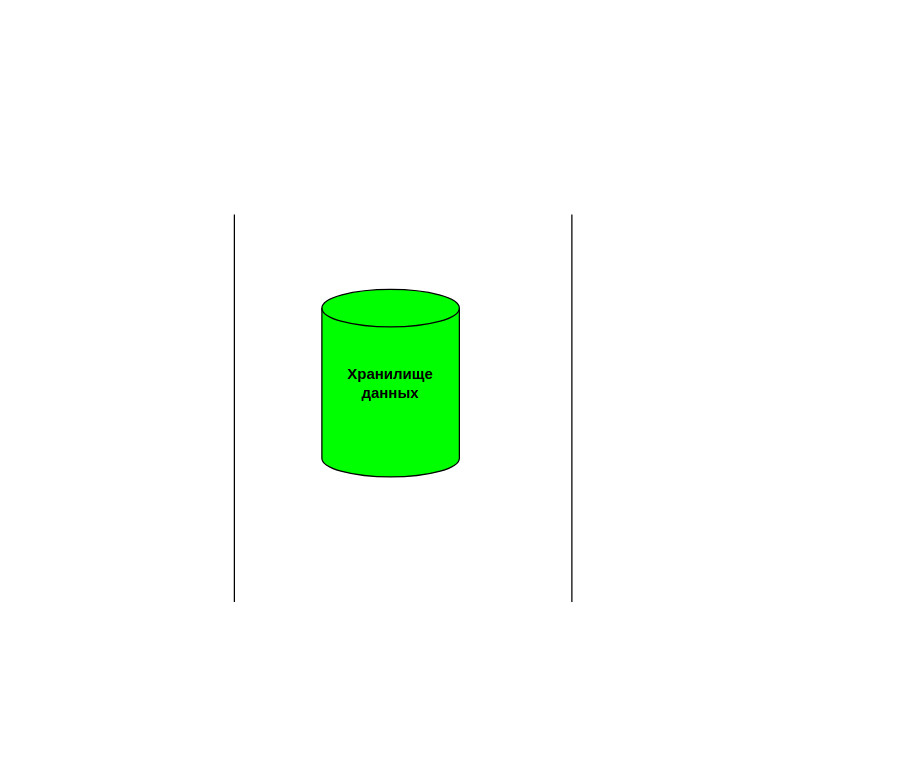
Above: 200822 Work.drawio in MicrosoftAzureML/data-engineering (draw.io), before the change. Source tidied: cells renumbered, new cells numbered last; positions are measured from the earlier drawing's top-left corner, leaving out a move shared by most shapes. Both pictures are drawn from the tidied source at 125%, with x=0, y=0 at pixel (234, 214).
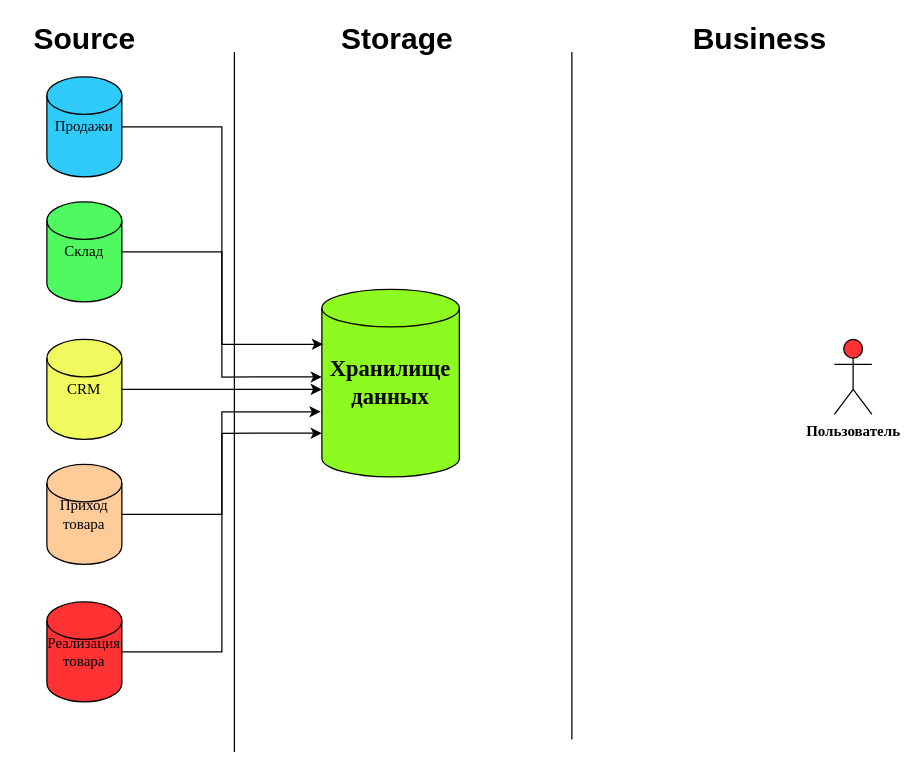
After the change.

Change to the diagram source:
```diff
@@
     <mxCell id="2" style="endArrow=none;html=1;strokeColor=#000000;rounded=0;" parent="1" edge="1">
       <mxGeometry relative="1" as="geometry">
-        <mxPoint y="310" as="sourcePoint" />
-        <mxPoint as="targetPoint" />
+        <mxPoint y="430" as="sourcePoint" />
+        <mxPoint y="-130" as="targetPoint" />
       </mxGeometry>
     </mxCell>
-    <mxCell id="3" value="&lt;b&gt;Хранилище данных&lt;/b&gt;" style="shape=cylinder2;whiteSpace=wrap;html=1;boundedLbl=1;backgroundOutline=1;size=15;fillColor=#00FF00;" parent="1" vertex="1">
+    <mxCell id="3" value="&lt;h2&gt;&lt;b&gt;&lt;font face=&quot;Times New Roman&quot;&gt;Хранилище данных&lt;/font&gt;&lt;/b&gt;&lt;/h2&gt;" style="shape=cylinder2;whiteSpace=wrap;html=1;boundedLbl=1;backgroundOutline=1;size=15;fillColor=#8DFA20;" parent="1" vertex="1">
       <mxGeometry x="70" y="60" width="110" height="150" as="geometry" />
     </mxCell>
     <mxCell id="4" style="endArrow=none;html=1;strokeColor=#000000;rounded=0;" parent="1" edge="1">
       <mxGeometry relative="1" as="geometry">
-        <mxPoint x="270" y="310" as="sourcePoint" />
-        <mxPoint x="270" as="targetPoint" />
+        <mxPoint x="270" y="420" as="sourcePoint" />
+        <mxPoint x="270" y="-130" as="targetPoint" />
       </mxGeometry>
     </mxCell>
+    <mxCell id="5" value="&lt;b&gt;&lt;font style=&quot;font-size: 24px&quot;&gt;Source&lt;/font&gt;&lt;/b&gt;" style="text;html=1;align=center;verticalAlign=middle;" parent="1" vertex="1">
+      <mxGeometry x="-170" y="-150" width="100" height="20" as="geometry" />
+    </mxCell>
+    <mxCell id="6" value="&lt;b&gt;&lt;font style=&quot;font-size: 24px&quot;&gt;Storage&lt;/font&gt;&lt;/b&gt;" style="text;html=1;align=center;verticalAlign=middle;" parent="1" vertex="1">
+      <mxGeometry x="80" y="-150" width="100" height="20" as="geometry" />
+    </mxCell>
+    <mxCell id="7" value="&lt;b&gt;&lt;font style=&quot;font-size: 24px&quot;&gt;Business&lt;/font&gt;&lt;/b&gt;" style="text;html=1;align=center;verticalAlign=middle;" parent="1" vertex="1">
+      <mxGeometry x="360" y="-150" width="120" height="20" as="geometry" />
+    </mxCell>
+    <mxCell id="8" style="edgeStyle=orthogonalEdgeStyle;rounded=0;jettySize=auto;html=1;entryX=0.009;entryY=0.293;entryDx=0;entryDy=0;entryPerimeter=0;strokeColor=#000000;" parent="1" edge="1" source="9" target="3">
+      <mxGeometry relative="1" as="geometry" />
+    </mxCell>
+    <mxCell id="9" value="&lt;font face=&quot;Times New Roman&quot;&gt;Продажи&lt;/font&gt;" style="shape=cylinder2;whiteSpace=wrap;html=1;boundedLbl=1;backgroundOutline=1;size=15;fillColor=#2FCBFA;" parent="1" vertex="1">
+      <mxGeometry x="-150" y="-110" width="60" height="80" as="geometry" />
+    </mxCell>
+    <mxCell id="10" style="edgeStyle=orthogonalEdgeStyle;rounded=0;jettySize=auto;html=1;entryX=0;entryY=0.467;entryDx=0;entryDy=0;entryPerimeter=0;strokeColor=#000000;" parent="1" edge="1" source="11" target="3">
+      <mxGeometry relative="1" as="geometry" />
+    </mxCell>
+    <mxCell id="11" value="&lt;font face=&quot;Times New Roman&quot;&gt;Склад&lt;/font&gt;" style="shape=cylinder2;whiteSpace=wrap;html=1;boundedLbl=1;backgroundOutline=1;size=15;fillColor=#4EFA5F;" parent="1" vertex="1">
+      <mxGeometry x="-150" y="-10" width="60" height="80" as="geometry" />
+    </mxCell>
+    <mxCell id="12" style="edgeStyle=orthogonalEdgeStyle;rounded=0;jettySize=auto;html=1;strokeColor=#000000;" parent="1" edge="1" source="13">
+      <mxGeometry relative="1" as="geometry">
+        <mxPoint x="70" y="140" as="targetPoint" />
+      </mxGeometry>
+    </mxCell>
+    <mxCell id="13" value="&lt;font face=&quot;Times New Roman&quot;&gt;CRM&lt;/font&gt;" style="shape=cylinder2;whiteSpace=wrap;html=1;boundedLbl=1;backgroundOutline=1;size=15;fillColor=#F0FA5F;" parent="1" vertex="1">
+      <mxGeometry x="-150" y="100" width="60" height="80" as="geometry" />
+    </mxCell>
+    <mxCell id="14" style="edgeStyle=orthogonalEdgeStyle;rounded=0;jettySize=auto;html=1;entryX=-0.009;entryY=0.653;entryDx=0;entryDy=0;entryPerimeter=0;strokeColor=#000000;" parent="1" edge="1" source="15" target="3">
+      <mxGeometry relative="1" as="geometry" />
+    </mxCell>
+    <mxCell id="15" value="&lt;font face=&quot;Times New Roman&quot;&gt;Приход товара&lt;/font&gt;" style="shape=cylinder2;whiteSpace=wrap;html=1;boundedLbl=1;backgroundOutline=1;size=15;fillColor=#FFCC99;" parent="1" vertex="1">
+      <mxGeometry x="-150" y="200" width="60" height="80" as="geometry" />
+    </mxCell>
+    <mxCell id="16" style="edgeStyle=orthogonalEdgeStyle;rounded=0;jettySize=auto;html=1;entryX=0;entryY=0.767;entryDx=0;entryDy=0;entryPerimeter=0;strokeColor=#000000;" parent="1" edge="1" source="17" target="3">
+      <mxGeometry relative="1" as="geometry" />
+    </mxCell>
+    <mxCell id="17" value="&lt;font face=&quot;Times New Roman&quot;&gt;Реализация&lt;br&gt;товара&lt;br&gt;&lt;/font&gt;" style="shape=cylinder2;whiteSpace=wrap;html=1;boundedLbl=1;backgroundOutline=1;size=15;fillColor=#FF3333;" parent="1" vertex="1">
+      <mxGeometry x="-150" y="310" width="60" height="80" as="geometry" />
+    </mxCell>
+    <mxCell id="18" value="&lt;font face=&quot;Times New Roman&quot;&gt;&lt;b&gt;Пользователь&lt;/b&gt;&lt;/font&gt;" style="shape=umlActor;verticalLabelPosition=bottom;verticalAlign=top;html=1;fillColor=#FF3333;" parent="1" vertex="1">
+      <mxGeometry x="480" y="100" width="30" height="60" as="geometry" />
+    </mxCell>
```
